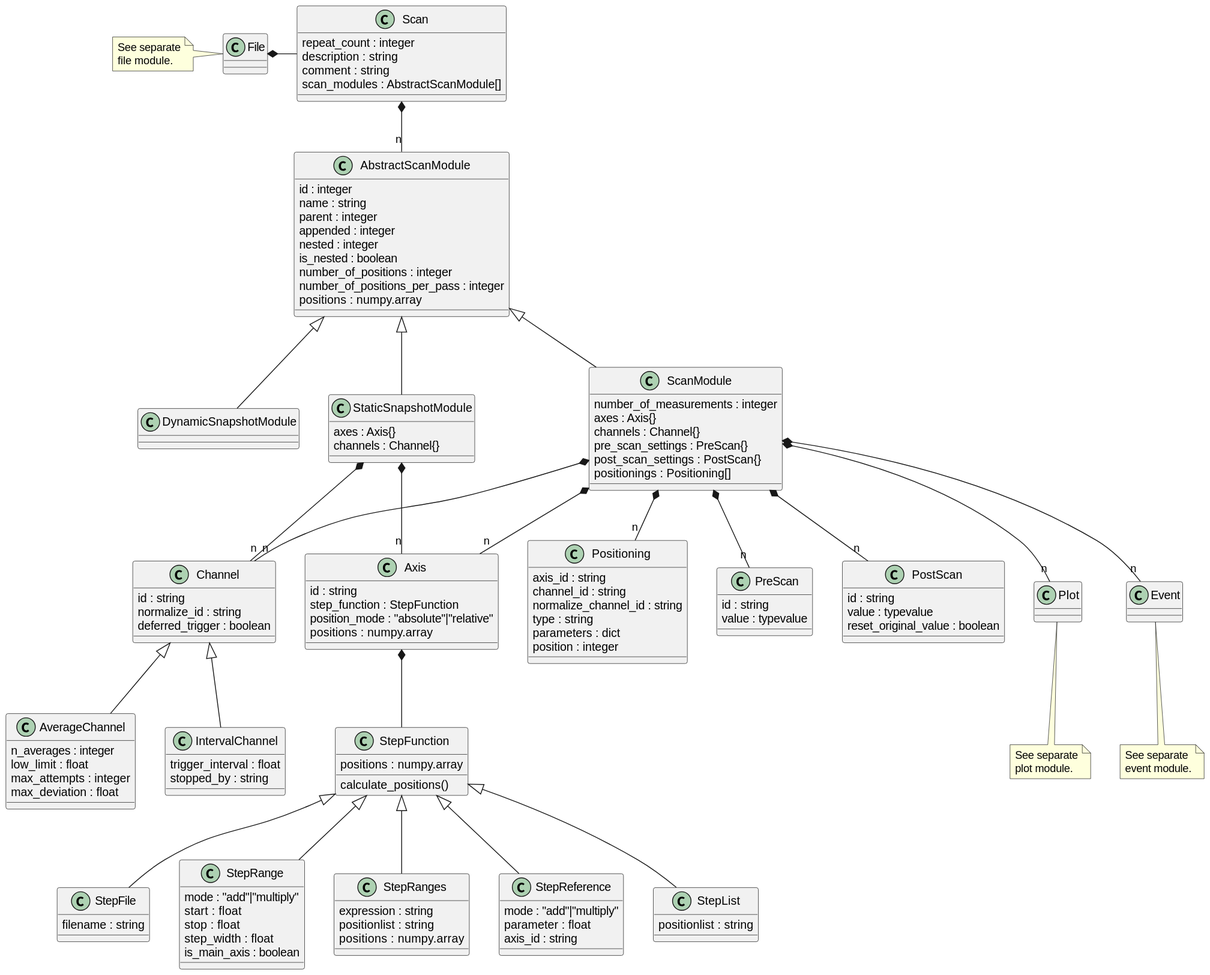
Above: docs/uml/evedata.scan.entities.scan_current.svg in tillbiskup/evedata (PlantUML), before the change.
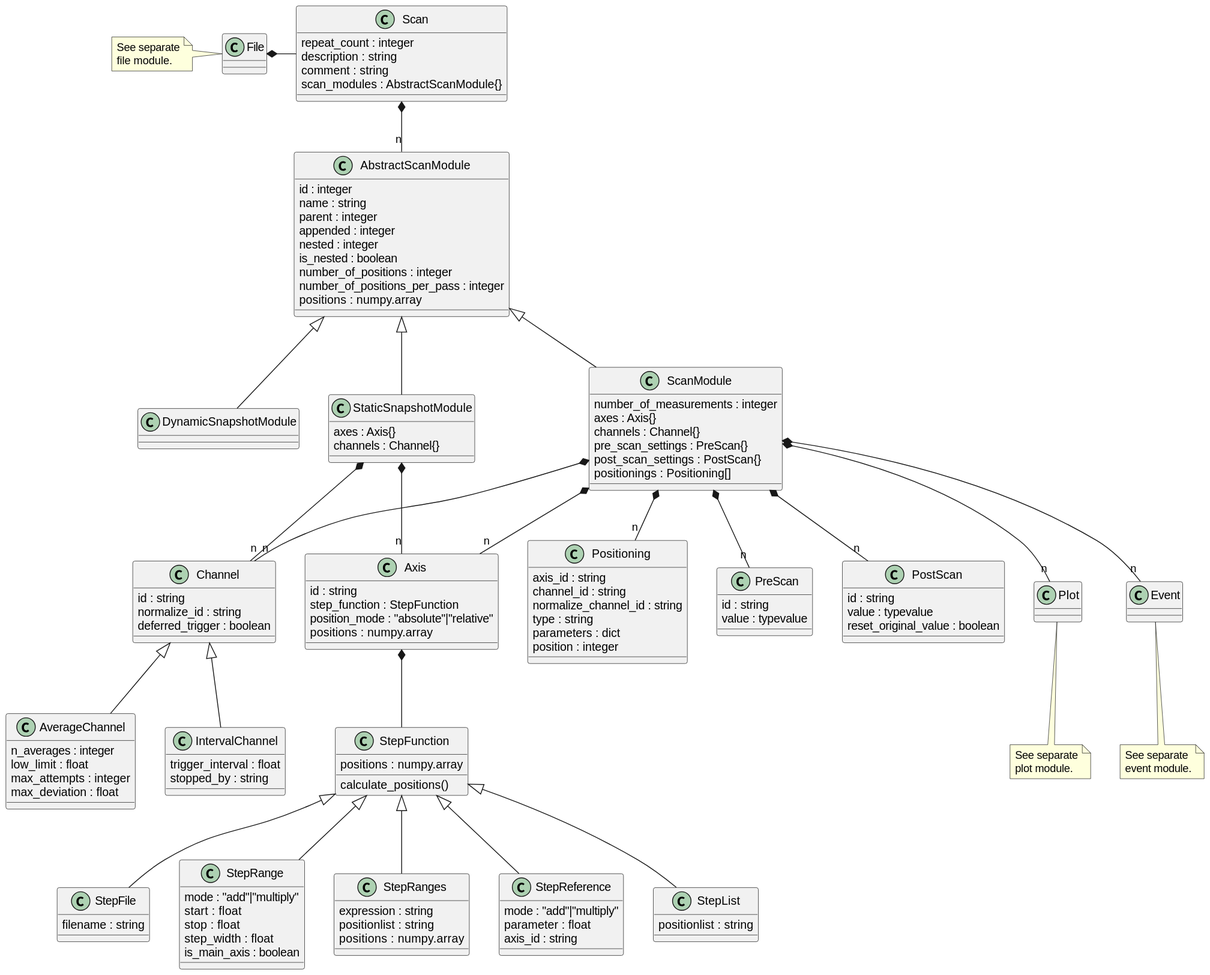
The same file after the commit.

Diff of the diagram source:
```diff
@@ -4,7 +4,7 @@
     repeat_count : integer
     description : string
     comment : string
-    scan_modules : AbstractScanModule[]
+    scan_modules : AbstractScanModule{}
 }
 Scan *-- "n" AbstractScanModule
 
```
